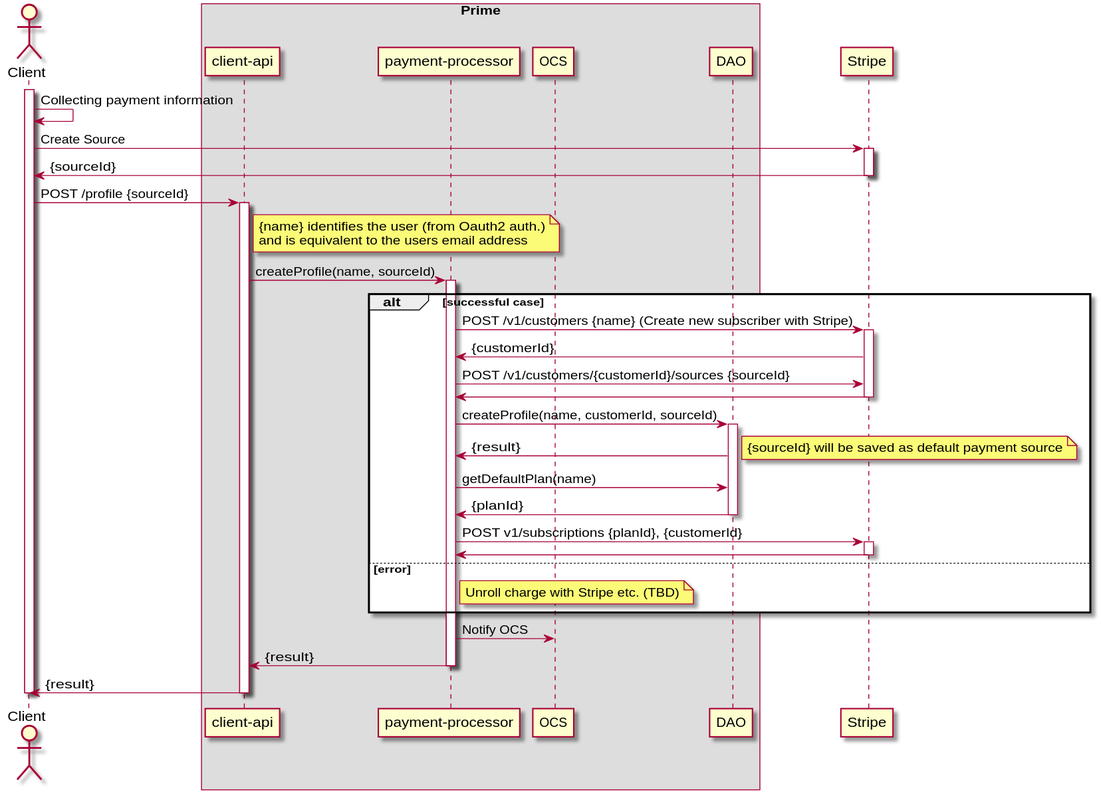
Above: payment-processor/doc/diagrams/create-new-subscriber.svg in ostelco/ostelco-core (PlantUML), before the change. Its diagram source:
```plantuml
@startuml

actor Client
participant Client

box "Prime"
    participant "client-api"
    participant "payment-processor"
    participant OCS
    participant DAO
end box
participant Stripe

activate Client
    Client -> Client : Collecting payment information

    Client -> Stripe : Create Source
    activate Stripe
    Stripe -> Client : {sourceId}
    deactivate Stripe

    Client -> "client-api": POST /profile {sourceId}
    activate "client-api"
    note right of "client-api"
       {name} identifies the user (from Oauth2 auth.)
       and is equivalent to the users email address
    end note

    "client-api" -> "payment-processor" : createProfile(name, sourceId)
    activate "payment-processor"

    alt successful case
       "payment-processor" -> Stripe : POST /v1/customers {name} (Create new subscriber with Stripe)
       activate Stripe
       "Stripe" -> "payment-processor" : {customerId}

       "payment-processor" -> Stripe : POST /v1/customers/{customerId}/sources {sourceId}
       "Stripe" -> "payment-processor"
       deactivate Stripe

       "payment-processor" -> DAO : createProfile(name, customerId, sourceId)
       activate DAO
       DAO -> "payment-processor" : {result}
       note right : {sourceId} will be saved as default payment source

       "payment-processor" -> DAO : getDefaultPlan(name)
       DAO -> "payment-processor" : {planId}
       deactivate DAO

       "payment-processor" -> Stripe : POST v1/subscriptions {planId}, {customerId}
       activate Stripe
       "Stripe" -> "payment-processor"
       deactivate Stripe

    else error
       note right of "payment-processor" : Unroll charge with Stripe etc. (TBD)

    end

    "payment-processor" -> OCS : Notify OCS

    "payment-processor" -> "client-api" : {result}
    deactivate "payment-processor"

    "client-api" -> Client : {result}
    deactivate "client-api"

deactivate Client

@enduml
```
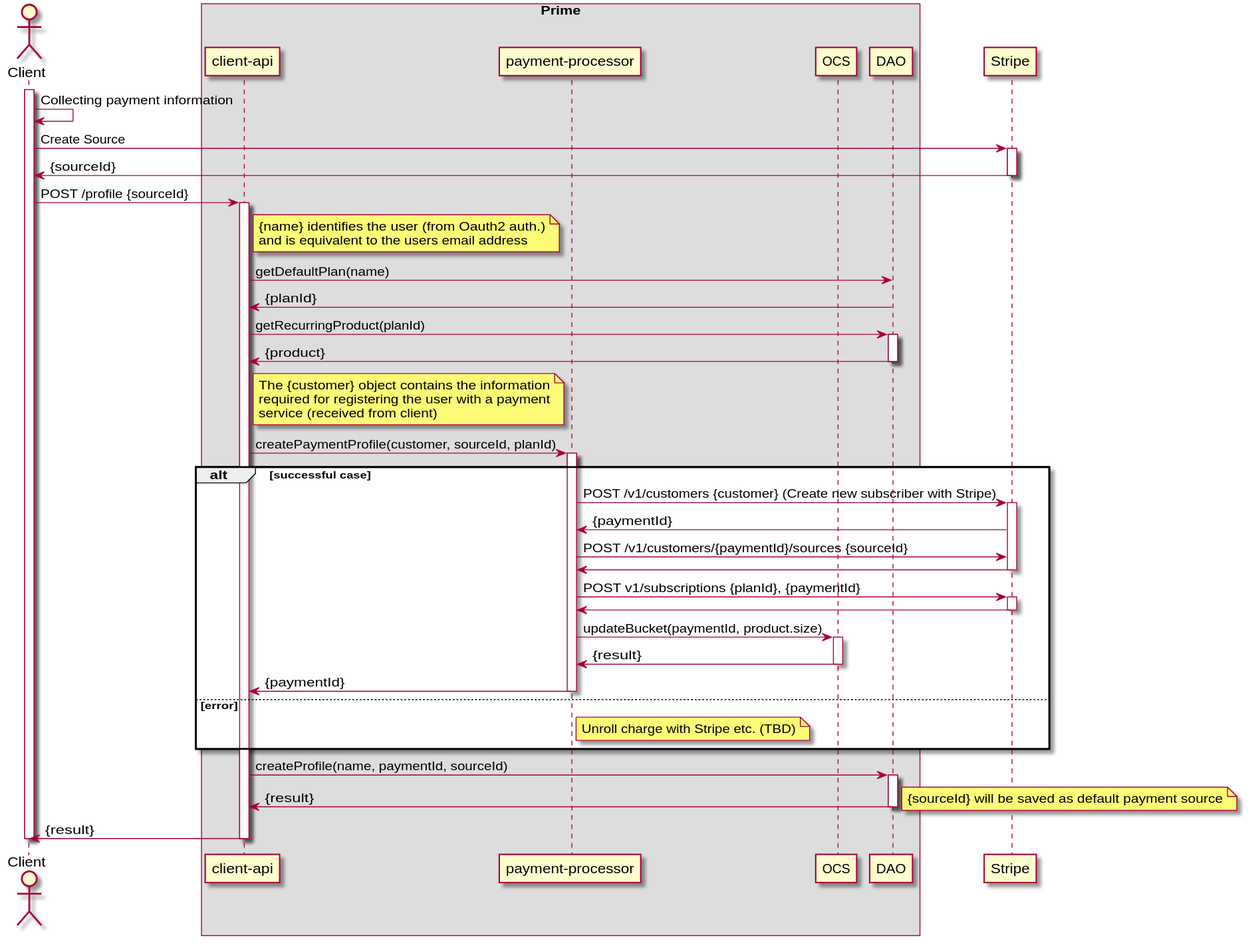
The same diagram one commit later.

Diff of the diagram source:
```diff
@@ -26,41 +26,56 @@
        and is equivalent to the users email address
     end note
 
-    "client-api" -> "payment-processor" : createProfile(name, sourceId)
+    "client-api" -> DAO : getDefaultPlan(name)
+    DAO -> "client-api" : {planId}
+    deactivate DAO
+
+    "client-api" -> DAO : getRecurringProduct(planId)
+    activate DAO
+    DAO -> "client-api" : {product}
+    deactivate DAO
+
+    note right of "client-api"
+       The {customer} object contains the information
+       required for registering the user with a payment
+       service (received from client)
+    end note
+
+    "client-api" -> "payment-processor" : createPaymentProfile(customer, sourceId, planId)
     activate "payment-processor"
 
     alt successful case
-       "payment-processor" -> Stripe : POST /v1/customers {name} (Create new subscriber with Stripe)
-       activate Stripe
-       "Stripe" -> "payment-processor" : {customerId}
+        "payment-processor" -> Stripe : POST /v1/customers {customer} (Create new subscriber with Stripe)
+        activate Stripe
+        "Stripe" -> "payment-processor" : {paymentId}
 
-       "payment-processor" -> Stripe : POST /v1/customers/{customerId}/sources {sourceId}
-       "Stripe" -> "payment-processor"
-       deactivate Stripe
+        "payment-processor" -> Stripe : POST /v1/customers/{paymentId}/sources {sourceId}
+        "Stripe" -> "payment-processor"
+        deactivate Stripe
 
-       "payment-processor" -> DAO : createProfile(name, customerId, sourceId)
-       activate DAO
-       DAO -> "payment-processor" : {result}
-       note right : {sourceId} will be saved as default payment source
+        "payment-processor" -> Stripe : POST v1/subscriptions {planId}, {paymentId}
+        activate Stripe
+        "Stripe" -> "payment-processor"
+        deactivate Stripe
 
-       "payment-processor" -> DAO : getDefaultPlan(name)
-       DAO -> "payment-processor" : {planId}
-       deactivate DAO
+        "payment-processor" -> OCS : updateBucket(paymentId, product.size)
+        activate OCS
+        OCS -> "payment-processor" : {result}
+        deactivate OCS
 
-       "payment-processor" -> Stripe : POST v1/subscriptions {planId}, {customerId}
-       activate Stripe
-       "Stripe" -> "payment-processor"
-       deactivate Stripe
+        "payment-processor" -> "client-api" : {paymentId}
+        deactivate "payment-processor"
 
     else error
        note right of "payment-processor" : Unroll charge with Stripe etc. (TBD)
 
     end
 
-    "payment-processor" -> OCS : Notify OCS
-
-    "payment-processor" -> "client-api" : {result}
-    deactivate "payment-processor"
+    "client-api" -> DAO : createProfile(name, paymentId, sourceId)
+    activate DAO
+    DAO -> "client-api" : {result}
+    deactivate DAO
+    note right : {sourceId} will be saved as default payment source
 
     "client-api" -> Client : {result}
     deactivate "client-api"
```
